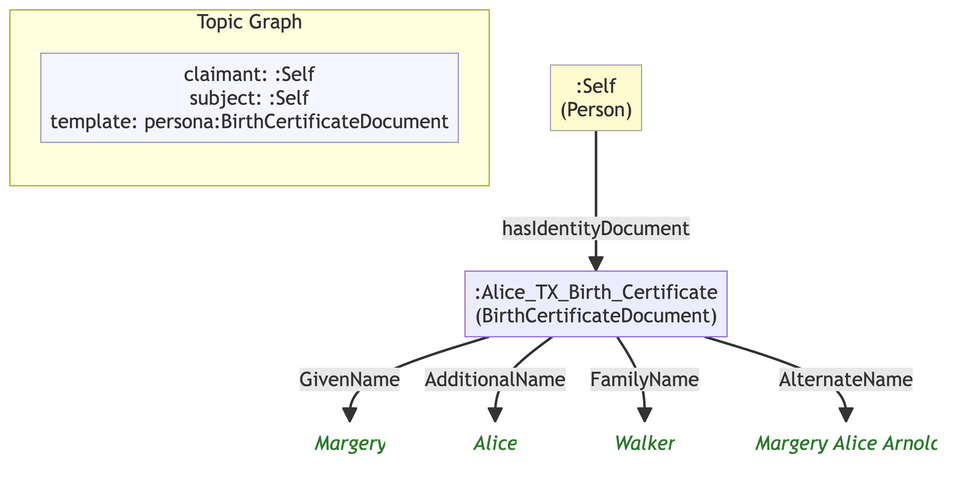
The Mermaid diagram example/graphs/images/graph-24.png in MeeFoundation/mia-ontologies, before a commit. Its source is kept beside it as example/graphs/images/graph-24.mmd. The source it was exported from:
```mermaid
flowchart TD
    classDef person fill:#fffacd,stroke:#aaa,color:#333
    classDef grp    fill:#d4edda,stroke:#aaa,color:#333
    classDef org    fill:#cce5ff,stroke:#aaa,color:#333
    classDef lit    fill:none,stroke:none,font-style:italic,color:#2a7a2a
    classDef meta   fill:#f5f5ff,stroke:#9999cc,color:#333

    subgraph ctx["Topic Graph"]
        direction LR
        ctx_meta["claimant: :Self\nsubject: :Self\ntemplate: persona:BirthCertificateDocument"]:::meta
    end

    n0b5b9e968f7f[":Alice_TX_Birth_Certificate\n(BirthCertificateDocument)"]
    nf978ccc0e8e4("Margery"):::lit
    ne08f02c5405e("Alice"):::lit
    n9662bf45f677("Walker"):::lit
    ncfc433917038("Margery Alice Arnold"):::lit
    ne0c3ba92f1db[":Self\n(Person)"]:::person

    n0b5b9e968f7f -->|"GivenName"| nf978ccc0e8e4
    n0b5b9e968f7f -->|"AdditionalName"| ne08f02c5405e
    n0b5b9e968f7f -->|"FamilyName"| n9662bf45f677
    n0b5b9e968f7f -->|"AlternateName"| ncfc433917038
    ne0c3ba92f1db -->|"hasIdentityDocument"| n0b5b9e968f7f
```
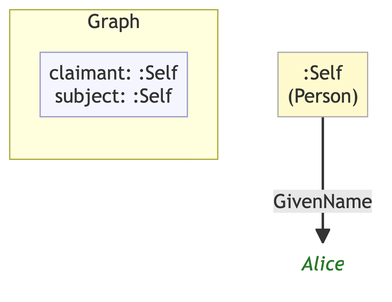
The same file after the commit.

What changed in the source:
```diff
@@ -1,24 +1,15 @@
 flowchart TD
     classDef person fill:#fffacd,stroke:#aaa,color:#333
-    classDef grp    fill:#d4edda,stroke:#aaa,color:#333
     classDef org    fill:#cce5ff,stroke:#aaa,color:#333
     classDef lit    fill:none,stroke:none,font-style:italic,color:#2a7a2a
     classDef meta   fill:#f5f5ff,stroke:#9999cc,color:#333
 
-    subgraph ctx["Topic Graph"]
+    subgraph ctx["Graph"]
         direction LR
-        ctx_meta["claimant: :Self\nsubject: :Self\ntemplate: persona:BirthCertificateDocument"]:::meta
+        ctx_meta["claimant: :Self\nsubject: :Self"]:::meta
     end
 
-    n0b5b9e968f7f[":Alice_TX_Birth_Certificate\n(BirthCertificateDocument)"]
-    nf978ccc0e8e4("Margery"):::lit
-    ne08f02c5405e("Alice"):::lit
-    n9662bf45f677("Walker"):::lit
-    ncfc433917038("Margery Alice Arnold"):::lit
     ne0c3ba92f1db[":Self\n(Person)"]:::person
+    n25d81d9d6e62("Alice"):::lit
 
-    n0b5b9e968f7f -->|"GivenName"| nf978ccc0e8e4
-    n0b5b9e968f7f -->|"AdditionalName"| ne08f02c5405e
-    n0b5b9e968f7f -->|"FamilyName"| n9662bf45f677
-    n0b5b9e968f7f -->|"AlternateName"| ncfc433917038
-    ne0c3ba92f1db -->|"hasIdentityDocument"| n0b5b9e968f7f
+    ne0c3ba92f1db -->|"GivenName"| n25d81d9d6e62
```
